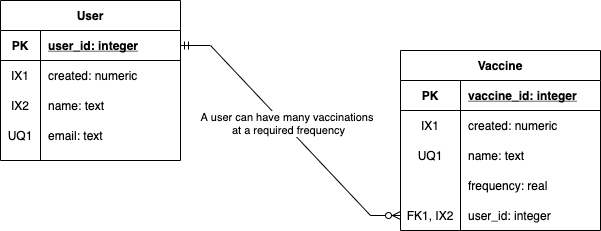
This is docs/images/erd.png from ddc-java-14/vaccination-pocket-keeper, a draw.io export, as it was before one commit. Source tidied: cells renumbered, new cells last; positions are measured from the earlier drawing's top-left corner, leaving out a move shared by most shapes. Its diagram source:
```xml
<mxGraphModel>
  <root>
    <mxCell id="0" />
    <mxCell id="1" parent="0" />
    <mxCell id="2" value="User" style="shape=table;startSize=30;rowLines=0;fontStyle=1;align=center;" parent="1" vertex="1">
      <mxGeometry width="180" height="160" as="geometry" />
    </mxCell>
    <mxCell id="3" style="shape=partialRectangle;fillColor=none;top=0;left=0;bottom=1;right=0;points=[[0,0.5],[1,0.5]];portConstraint=eastwest;" parent="2" vertex="1">
      <mxGeometry y="30" width="180" height="30" as="geometry" />
    </mxCell>
    <mxCell id="4" value="PK" style="shape=partialRectangle;fillColor=none;top=0;left=0;bottom=0;right=0;fontStyle=1;overflow=hidden;" parent="3" vertex="1">
      <mxGeometry width="40" height="30" as="geometry" />
    </mxCell>
    <mxCell id="5" value="user_id: integer" style="shape=partialRectangle;fillColor=none;top=0;left=0;bottom=0;right=0;align=left;spacingLeft=6;fontStyle=5;overflow=hidden;" parent="3" vertex="1">
      <mxGeometry x="40" width="140" height="30" as="geometry" />
    </mxCell>
    <mxCell id="6" style="shape=partialRectangle;fillColor=none;top=0;left=0;bottom=0;right=0;" parent="2" vertex="1">
      <mxGeometry y="60" width="180" height="30" as="geometry" />
    </mxCell>
    <mxCell id="7" value="IX1" style="shape=partialRectangle;fillColor=none;top=0;left=0;bottom=0;right=0;overflow=hidden;" parent="6" vertex="1">
      <mxGeometry width="40" height="30" as="geometry" />
    </mxCell>
    <mxCell id="8" value="created: numeric" style="shape=partialRectangle;fillColor=none;top=0;left=0;bottom=0;right=0;align=left;spacingLeft=6;overflow=hidden;" parent="6" vertex="1">
      <mxGeometry x="40" width="140" height="30" as="geometry" />
    </mxCell>
    <mxCell id="9" style="shape=partialRectangle;fillColor=none;top=0;left=0;bottom=0;right=0;" parent="2" vertex="1">
      <mxGeometry y="90" width="180" height="30" as="geometry" />
    </mxCell>
    <mxCell id="10" value="IX2" style="shape=partialRectangle;fillColor=none;top=0;left=0;bottom=0;right=0;overflow=hidden;" parent="9" vertex="1">
      <mxGeometry width="40" height="30" as="geometry" />
    </mxCell>
    <mxCell id="11" value="name: text" style="shape=partialRectangle;fillColor=none;top=0;left=0;bottom=0;right=0;align=left;spacingLeft=6;overflow=hidden;" parent="9" vertex="1">
      <mxGeometry x="40" width="140" height="30" as="geometry" />
    </mxCell>
    <mxCell id="12" style="shape=partialRectangle;fillColor=none;top=0;left=0;bottom=0;right=0;" parent="2" vertex="1">
      <mxGeometry y="120" width="180" height="30" as="geometry" />
    </mxCell>
    <mxCell id="13" value="UQ1" style="shape=partialRectangle;fillColor=none;top=0;left=0;bottom=0;right=0;overflow=hidden;" parent="12" vertex="1">
      <mxGeometry width="40" height="30" as="geometry" />
    </mxCell>
    <mxCell id="14" value="email: text" style="shape=partialRectangle;fillColor=none;top=0;left=0;bottom=0;right=0;align=left;spacingLeft=6;overflow=hidden;" parent="12" vertex="1">
      <mxGeometry x="40" width="140" height="30" as="geometry" />
    </mxCell>
    <mxCell id="15" value="Vaccine" style="shape=table;startSize=30;rowLines=0;fontStyle=1;align=center;" parent="1" vertex="1">
      <mxGeometry x="400" y="50" width="200" height="180" as="geometry" />
    </mxCell>
    <mxCell id="16" style="shape=partialRectangle;fillColor=none;top=0;left=0;bottom=1;right=0;" parent="15" vertex="1">
      <mxGeometry y="30" width="200" height="30" as="geometry" />
    </mxCell>
    <mxCell id="17" value="PK" style="shape=partialRectangle;fillColor=none;top=0;left=0;bottom=0;right=0;fontStyle=1;overflow=hidden;" parent="16" vertex="1">
      <mxGeometry width="60" height="30" as="geometry" />
    </mxCell>
    <mxCell id="18" value="vaccine_id: integer" style="shape=partialRectangle;fillColor=none;top=0;left=0;bottom=0;right=0;align=left;spacingLeft=6;fontStyle=5;overflow=hidden;" parent="16" vertex="1">
      <mxGeometry x="60" width="140" height="30" as="geometry" />
    </mxCell>
    <mxCell id="19" style="shape=partialRectangle;fillColor=none;top=0;left=0;bottom=0;right=0;" parent="15" vertex="1">
      <mxGeometry y="60" width="200" height="30" as="geometry" />
    </mxCell>
    <mxCell id="20" value="IX1" style="shape=partialRectangle;fillColor=none;top=0;left=0;bottom=0;right=0;overflow=hidden;" parent="19" vertex="1">
      <mxGeometry width="60" height="30" as="geometry" />
    </mxCell>
    <mxCell id="21" value="created: numeric" style="shape=partialRectangle;fillColor=none;top=0;left=0;bottom=0;right=0;align=left;spacingLeft=6;overflow=hidden;" parent="19" vertex="1">
      <mxGeometry x="60" width="140" height="30" as="geometry" />
    </mxCell>
    <mxCell id="22" style="shape=partialRectangle;fillColor=none;top=0;left=0;bottom=0;right=0;" parent="15" vertex="1">
      <mxGeometry y="90" width="200" height="30" as="geometry" />
    </mxCell>
    <mxCell id="23" value="UQ1" style="shape=partialRectangle;fillColor=none;top=0;left=0;bottom=0;right=0;overflow=hidden;" parent="22" vertex="1">
      <mxGeometry width="60" height="30" as="geometry" />
    </mxCell>
    <mxCell id="24" value="name: text" style="shape=partialRectangle;fillColor=none;top=0;left=0;bottom=0;right=0;align=left;spacingLeft=6;overflow=hidden;" parent="22" vertex="1">
      <mxGeometry x="60" width="140" height="30" as="geometry" />
    </mxCell>
    <mxCell id="25" style="shape=partialRectangle;fillColor=none;top=0;left=0;bottom=0;right=0;" parent="15" vertex="1">
      <mxGeometry y="120" width="200" height="30" as="geometry" />
    </mxCell>
    <mxCell id="26" style="shape=partialRectangle;fillColor=none;top=0;left=0;bottom=0;right=0;overflow=hidden;" parent="25" vertex="1">
      <mxGeometry width="60" height="30" as="geometry" />
    </mxCell>
    <mxCell id="27" value="frequency: real" style="shape=partialRectangle;fillColor=none;top=0;left=0;bottom=0;right=0;align=left;spacingLeft=6;overflow=hidden;" parent="25" vertex="1">
      <mxGeometry x="60" width="140" height="30" as="geometry" />
    </mxCell>
    <mxCell id="28" style="shape=partialRectangle;fillColor=none;top=0;left=0;bottom=0;right=0;points=[[0,0.5],[1,0.5]];portConstraint=eastwest;" parent="15" vertex="1">
      <mxGeometry y="150" width="200" height="30" as="geometry" />
    </mxCell>
    <mxCell id="29" value="FK1, IX2" style="shape=partialRectangle;fillColor=none;top=0;left=0;bottom=0;right=0;overflow=hidden;" parent="28" vertex="1">
      <mxGeometry width="60" height="30" as="geometry" />
    </mxCell>
    <mxCell id="30" value="user_id: integer" style="shape=partialRectangle;fillColor=none;top=0;left=0;bottom=0;right=0;align=left;spacingLeft=6;overflow=hidden;" parent="28" vertex="1">
      <mxGeometry x="60" width="140" height="30" as="geometry" />
    </mxCell>
    <mxCell id="31" style="edgeStyle=entityRelationEdgeStyle;fontSize=12;html=1;endArrow=ERmandOne;startArrow=ERzeroToMany;rounded=0;entryX=1;entryY=0.5;entryDx=0;entryDy=0;endFill=0;" parent="1" edge="1" source="28" target="3">
      <mxGeometry relative="1" as="geometry" />
    </mxCell>
    <mxCell id="32" value="A user can have many vaccinations &lt;br&gt;at a required frequency" style="edgeLabel;html=1;align=center;verticalAlign=middle;" parent="31" vertex="1">
      <mxGeometry x="0.05" y="-3" relative="1" as="geometry" />
    </mxCell>
  </root>
</mxGraphModel>
```
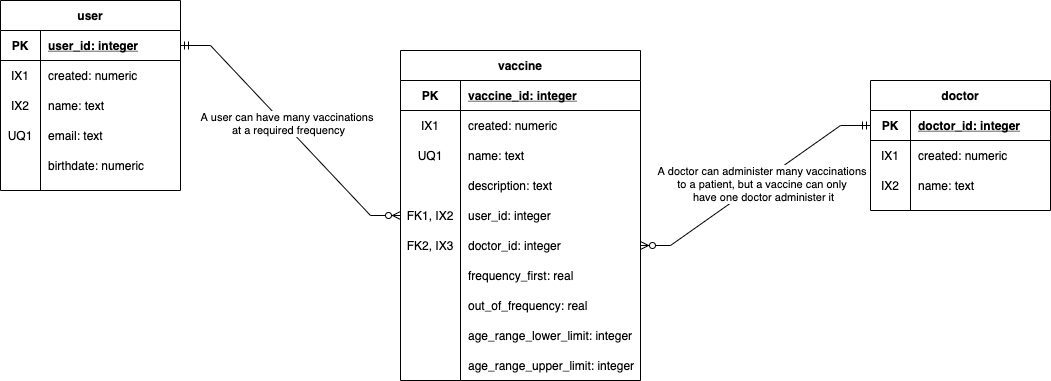
The same diagram one commit later.

Commit message:
Expanded on intial ERD.

Change to the diagram source:
```diff
@@ -2,8 +2,8 @@
   <root>
     <mxCell id="0" />
     <mxCell id="1" parent="0" />
-    <mxCell id="2" value="User" style="shape=table;startSize=30;rowLines=0;fontStyle=1;align=center;" parent="1" vertex="1">
-      <mxGeometry width="180" height="160" as="geometry" />
+    <mxCell id="2" value="user" style="shape=table;startSize=30;rowLines=0;fontStyle=1;align=center;" parent="1" vertex="1">
+      <mxGeometry width="180" height="190" as="geometry" />
     </mxCell>
     <mxCell id="3" style="shape=partialRectangle;fillColor=none;top=0;left=0;bottom=1;right=0;points=[[0,0.5],[1,0.5]];portConstraint=eastwest;" parent="2" vertex="1">
       <mxGeometry y="30" width="180" height="30" as="geometry" />
@@ -41,59 +41,149 @@
     <mxCell id="14" value="email: text" style="shape=partialRectangle;fillColor=none;top=0;left=0;bottom=0;right=0;align=left;spacingLeft=6;overflow=hidden;" parent="12" vertex="1">
       <mxGeometry x="40" width="140" height="30" as="geometry" />
     </mxCell>
-    <mxCell id="15" value="Vaccine" style="shape=table;startSize=30;rowLines=0;fontStyle=1;align=center;" parent="1" vertex="1">
-      <mxGeometry x="400" y="50" width="200" height="180" as="geometry" />
+    <mxCell id="15" style="shape=partialRectangle;fillColor=none;top=0;left=0;bottom=0;right=0;" parent="2" vertex="1">
+      <mxGeometry y="150" width="180" height="30" as="geometry" />
     </mxCell>
-    <mxCell id="16" style="shape=partialRectangle;fillColor=none;top=0;left=0;bottom=1;right=0;" parent="15" vertex="1">
-      <mxGeometry y="30" width="200" height="30" as="geometry" />
+    <mxCell id="16" style="shape=partialRectangle;fillColor=none;top=0;left=0;bottom=0;right=0;overflow=hidden;" parent="15" vertex="1">
+      <mxGeometry width="40" height="30" as="geometry" />
     </mxCell>
-    <mxCell id="17" value="PK" style="shape=partialRectangle;fillColor=none;top=0;left=0;bottom=0;right=0;fontStyle=1;overflow=hidden;" parent="16" vertex="1">
-      <mxGeometry width="60" height="30" as="geometry" />
+    <mxCell id="17" value="birthdate: numeric" style="shape=partialRectangle;fillColor=none;top=0;left=0;bottom=0;right=0;align=left;spacingLeft=6;overflow=hidden;" parent="15" vertex="1">
+      <mxGeometry x="40" width="140" height="30" as="geometry" />
     </mxCell>
-    <mxCell id="18" value="vaccine_id: integer" style="shape=partialRectangle;fillColor=none;top=0;left=0;bottom=0;right=0;align=left;spacingLeft=6;fontStyle=5;overflow=hidden;" parent="16" vertex="1">
-      <mxGeometry x="60" width="140" height="30" as="geometry" />
+    <mxCell id="18" value="vaccine" style="shape=table;startSize=30;rowLines=0;fontStyle=1;align=center;" parent="1" vertex="1">
+      <mxGeometry x="400" y="50" width="240" height="330" as="geometry" />
     </mxCell>
-    <mxCell id="19" style="shape=partialRectangle;fillColor=none;top=0;left=0;bottom=0;right=0;" parent="15" vertex="1">
-      <mxGeometry y="60" width="200" height="30" as="geometry" />
+    <mxCell id="19" style="shape=partialRectangle;fillColor=none;top=0;left=0;bottom=1;right=0;" parent="18" vertex="1">
+      <mxGeometry y="30" width="240" height="30" as="geometry" />
     </mxCell>
-    <mxCell id="20" value="IX1" style="shape=partialRectangle;fillColor=none;top=0;left=0;bottom=0;right=0;overflow=hidden;" parent="19" vertex="1">
+    <mxCell id="20" value="PK" style="shape=partialRectangle;fillColor=none;top=0;left=0;bottom=0;right=0;fontStyle=1;overflow=hidden;" parent="19" vertex="1">
       <mxGeometry width="60" height="30" as="geometry" />
     </mxCell>
-    <mxCell id="21" value="created: numeric" style="shape=partialRectangle;fillColor=none;top=0;left=0;bottom=0;right=0;align=left;spacingLeft=6;overflow=hidden;" parent="19" vertex="1">
-      <mxGeometry x="60" width="140" height="30" as="geometry" />
+    <mxCell id="21" value="vaccine_id: integer" style="shape=partialRectangle;fillColor=none;top=0;left=0;bottom=0;right=0;align=left;spacingLeft=6;fontStyle=5;overflow=hidden;" parent="19" vertex="1">
+      <mxGeometry x="60" width="180" height="30" as="geometry" />
     </mxCell>
-    <mxCell id="22" style="shape=partialRectangle;fillColor=none;top=0;left=0;bottom=0;right=0;" parent="15" vertex="1">
-      <mxGeometry y="90" width="200" height="30" as="geometry" />
+    <mxCell id="22" style="shape=partialRectangle;fillColor=none;top=0;left=0;bottom=0;right=0;" parent="18" vertex="1">
+      <mxGeometry y="60" width="240" height="30" as="geometry" />
     </mxCell>
-    <mxCell id="23" value="UQ1" style="shape=partialRectangle;fillColor=none;top=0;left=0;bottom=0;right=0;overflow=hidden;" parent="22" vertex="1">
+    <mxCell id="23" value="IX1" style="shape=partialRectangle;fillColor=none;top=0;left=0;bottom=0;right=0;overflow=hidden;" parent="22" vertex="1">
       <mxGeometry width="60" height="30" as="geometry" />
     </mxCell>
-    <mxCell id="24" value="name: text" style="shape=partialRectangle;fillColor=none;top=0;left=0;bottom=0;right=0;align=left;spacingLeft=6;overflow=hidden;" parent="22" vertex="1">
-      <mxGeometry x="60" width="140" height="30" as="geometry" />
+    <mxCell id="24" value="created: numeric" style="shape=partialRectangle;fillColor=none;top=0;left=0;bottom=0;right=0;align=left;spacingLeft=6;overflow=hidden;" parent="22" vertex="1">
+      <mxGeometry x="60" width="180" height="30" as="geometry" />
     </mxCell>
-    <mxCell id="25" style="shape=partialRectangle;fillColor=none;top=0;left=0;bottom=0;right=0;" parent="15" vertex="1">
-      <mxGeometry y="120" width="200" height="30" as="geometry" />
+    <mxCell id="25" style="shape=partialRectangle;fillColor=none;top=0;left=0;bottom=0;right=0;" parent="18" vertex="1">
+      <mxGeometry y="90" width="240" height="30" as="geometry" />
     </mxCell>
-    <mxCell id="26" style="shape=partialRectangle;fillColor=none;top=0;left=0;bottom=0;right=0;overflow=hidden;" parent="25" vertex="1">
+    <mxCell id="26" value="UQ1" style="shape=partialRectangle;fillColor=none;top=0;left=0;bottom=0;right=0;overflow=hidden;" parent="25" vertex="1">
       <mxGeometry width="60" height="30" as="geometry" />
     </mxCell>
-    <mxCell id="27" value="frequency: real" style="shape=partialRectangle;fillColor=none;top=0;left=0;bottom=0;right=0;align=left;spacingLeft=6;overflow=hidden;" parent="25" vertex="1">
-      <mxGeometry x="60" width="140" height="30" as="geometry" />
+    <mxCell id="27" value="name: text" style="shape=partialRectangle;fillColor=none;top=0;left=0;bottom=0;right=0;align=left;spacingLeft=6;overflow=hidden;" parent="25" vertex="1">
+      <mxGeometry x="60" width="180" height="30" as="geometry" />
     </mxCell>
-    <mxCell id="28" style="shape=partialRectangle;fillColor=none;top=0;left=0;bottom=0;right=0;points=[[0,0.5],[1,0.5]];portConstraint=eastwest;" parent="15" vertex="1">
-      <mxGeometry y="150" width="200" height="30" as="geometry" />
+    <mxCell id="28" style="shape=partialRectangle;fillColor=none;top=0;left=0;bottom=0;right=0;points=[[0,0.5],[1,0.5]];portConstraint=eastwest;" parent="18" vertex="1">
+      <mxGeometry y="120" width="240" height="30" as="geometry" />
     </mxCell>
-    <mxCell id="29" value="FK1, IX2" style="shape=partialRectangle;fillColor=none;top=0;left=0;bottom=0;right=0;overflow=hidden;" parent="28" vertex="1">
+    <mxCell id="29" style="shape=partialRectangle;fillColor=none;top=0;left=0;bottom=0;right=0;overflow=hidden;" parent="28" vertex="1">
       <mxGeometry width="60" height="30" as="geometry" />
     </mxCell>
-    <mxCell id="30" value="user_id: integer" style="shape=partialRectangle;fillColor=none;top=0;left=0;bottom=0;right=0;align=left;spacingLeft=6;overflow=hidden;" parent="28" vertex="1">
-      <mxGeometry x="60" width="140" height="30" as="geometry" />
+    <mxCell id="30" value="description: text" style="shape=partialRectangle;fillColor=none;top=0;left=0;bottom=0;right=0;align=left;spacingLeft=6;overflow=hidden;" parent="28" vertex="1">
+      <mxGeometry x="60" width="180" height="30" as="geometry" />
     </mxCell>
-    <mxCell id="31" style="edgeStyle=entityRelationEdgeStyle;fontSize=12;html=1;endArrow=ERmandOne;startArrow=ERzeroToMany;rounded=0;entryX=1;entryY=0.5;entryDx=0;entryDy=0;endFill=0;" parent="1" edge="1" source="28" target="3">
-      <mxGeometry relative="1" as="geometry" />
+    <mxCell id="31" style="shape=partialRectangle;fillColor=none;top=0;left=0;bottom=0;right=0;points=[[0,0.5],[1,0.5]];portConstraint=eastwest;" parent="18" vertex="1">
+      <mxGeometry y="150" width="240" height="30" as="geometry" />
     </mxCell>
-    <mxCell id="32" value="A user can have many vaccinations &lt;br&gt;at a required frequency" style="edgeLabel;html=1;align=center;verticalAlign=middle;" parent="31" vertex="1">
-      <mxGeometry x="0.05" y="-3" relative="1" as="geometry" />
+    <mxCell id="32" value="FK1, IX2" style="shape=partialRectangle;fillColor=none;top=0;left=0;bottom=0;right=0;overflow=hidden;" parent="31" vertex="1">
+      <mxGeometry width="60" height="30" as="geometry" />
     </mxCell>
+    <mxCell id="33" value="user_id: integer" style="shape=partialRectangle;fillColor=none;top=0;left=0;bottom=0;right=0;align=left;spacingLeft=6;overflow=hidden;" parent="31" vertex="1">
+      <mxGeometry x="60" width="180" height="30" as="geometry" />
+    </mxCell>
+    <mxCell id="34" style="shape=partialRectangle;fillColor=none;top=0;left=0;bottom=0;right=0;points=[[0,0.5],[1,0.5]];portConstraint=eastwest;" parent="18" vertex="1">
+      <mxGeometry y="180" width="240" height="30" as="geometry" />
+    </mxCell>
+    <mxCell id="35" value="FK2, IX3" style="shape=partialRectangle;fillColor=none;top=0;left=0;bottom=0;right=0;overflow=hidden;" parent="34" vertex="1">
+      <mxGeometry width="60" height="30" as="geometry" />
+    </mxCell>
+    <mxCell id="36" value="doctor_id: integer" style="shape=partialRectangle;fillColor=none;top=0;left=0;bottom=0;right=0;align=left;spacingLeft=6;overflow=hidden;" parent="34" vertex="1">
+      <mxGeometry x="60" width="180" height="30" as="geometry" />
+    </mxCell>
+    <mxCell id="37" style="shape=partialRectangle;fillColor=none;top=0;left=0;bottom=0;right=0;" parent="18" vertex="1">
+      <mxGeometry y="210" width="240" height="30" as="geometry" />
+    </mxCell>
+    <mxCell id="38" style="shape=partialRectangle;fillColor=none;top=0;left=0;bottom=0;right=0;overflow=hidden;" parent="37" vertex="1">
+      <mxGeometry width="60" height="30" as="geometry" />
+    </mxCell>
+    <mxCell id="39" value="frequency_first: real" style="shape=partialRectangle;fillColor=none;top=0;left=0;bottom=0;right=0;align=left;spacingLeft=6;overflow=hidden;" parent="37" vertex="1">
+      <mxGeometry x="60" width="180" height="30" as="geometry" />
+    </mxCell>
+    <mxCell id="40" style="shape=partialRectangle;fillColor=none;top=0;left=0;bottom=0;right=0;" parent="18" vertex="1">
+      <mxGeometry y="240" width="240" height="30" as="geometry" />
+    </mxCell>
+    <mxCell id="41" style="shape=partialRectangle;fillColor=none;top=0;left=0;bottom=0;right=0;overflow=hidden;" parent="40" vertex="1">
+      <mxGeometry width="60" height="30" as="geometry" />
+    </mxCell>
+    <mxCell id="42" value="out_of_frequency: real" style="shape=partialRectangle;fillColor=none;top=0;left=0;bottom=0;right=0;align=left;spacingLeft=6;overflow=hidden;" parent="40" vertex="1">
+      <mxGeometry x="60" width="180" height="30" as="geometry" />
+    </mxCell>
+    <mxCell id="43" style="shape=partialRectangle;fillColor=none;top=0;left=0;bottom=0;right=0;" parent="18" vertex="1">
+      <mxGeometry y="270" width="240" height="30" as="geometry" />
+    </mxCell>
+    <mxCell id="44" style="shape=partialRectangle;fillColor=none;top=0;left=0;bottom=0;right=0;overflow=hidden;" parent="43" vertex="1">
+      <mxGeometry width="60" height="30" as="geometry" />
+    </mxCell>
+    <mxCell id="45" value="age_range_lower_limit: integer" style="shape=partialRectangle;fillColor=none;top=0;left=0;bottom=0;right=0;align=left;spacingLeft=6;overflow=hidden;" parent="43" vertex="1">
+      <mxGeometry x="60" width="180" height="30" as="geometry" />
+    </mxCell>
+    <mxCell id="46" style="shape=partialRectangle;fillColor=none;top=0;left=0;bottom=0;right=0;" parent="18" vertex="1">
+      <mxGeometry y="300" width="240" height="30" as="geometry" />
+    </mxCell>
+    <mxCell id="47" style="shape=partialRectangle;fillColor=none;top=0;left=0;bottom=0;right=0;overflow=hidden;" parent="46" vertex="1">
+      <mxGeometry width="60" height="30" as="geometry" />
+    </mxCell>
+    <mxCell id="48" value="age_range_upper_limit: integer" style="shape=partialRectangle;fillColor=none;top=0;left=0;bottom=0;right=0;align=left;spacingLeft=6;overflow=hidden;" parent="46" vertex="1">
+      <mxGeometry x="60" width="180" height="30" as="geometry" />
+    </mxCell>
+    <mxCell id="49" style="edgeStyle=entityRelationEdgeStyle;fontSize=12;html=1;endArrow=ERmandOne;startArrow=ERzeroToMany;rounded=0;entryX=1;entryY=0.5;entryDx=0;entryDy=0;endFill=0;" parent="1" edge="1" source="31" target="3">
+      <mxGeometry relative="1" as="geometry" />
+    </mxCell>
+    <mxCell id="50" value="A user can have many vaccinations &lt;br&gt;at a required frequency" style="edgeLabel;html=1;align=center;verticalAlign=middle;" parent="49" vertex="1">
+      <mxGeometry x="0.05" y="-3" relative="1" as="geometry" />
+    </mxCell>
+    <mxCell id="51" value="doctor" style="shape=table;startSize=30;rowLines=0;fontStyle=1;align=center;" parent="1" vertex="1">
+      <mxGeometry x="870" y="80" width="180" height="130" as="geometry" />
+    </mxCell>
+    <mxCell id="52" style="shape=partialRectangle;fillColor=none;top=0;left=0;bottom=1;right=0;points=[[0,0.5],[1,0.5]];portConstraint=eastwest;" parent="51" vertex="1">
+      <mxGeometry y="30" width="180" height="30" as="geometry" />
+    </mxCell>
+    <mxCell id="53" value="PK" style="shape=partialRectangle;fillColor=none;top=0;left=0;bottom=0;right=0;fontStyle=1;overflow=hidden;" parent="52" vertex="1">
+      <mxGeometry width="40" height="30" as="geometry" />
+    </mxCell>
+    <mxCell id="54" value="doctor_id: integer" style="shape=partialRectangle;fillColor=none;top=0;left=0;bottom=0;right=0;align=left;spacingLeft=6;fontStyle=5;overflow=hidden;" parent="52" vertex="1">
+      <mxGeometry x="40" width="140" height="30" as="geometry" />
+    </mxCell>
+    <mxCell id="55" style="shape=partialRectangle;fillColor=none;top=0;left=0;bottom=0;right=0;" parent="51" vertex="1">
+      <mxGeometry y="60" width="180" height="30" as="geometry" />
+    </mxCell>
+    <mxCell id="56" value="IX1" style="shape=partialRectangle;fillColor=none;top=0;left=0;bottom=0;right=0;overflow=hidden;" parent="55" vertex="1">
+      <mxGeometry width="40" height="30" as="geometry" />
+    </mxCell>
+    <mxCell id="57" value="created: numeric" style="shape=partialRectangle;fillColor=none;top=0;left=0;bottom=0;right=0;align=left;spacingLeft=6;overflow=hidden;" parent="55" vertex="1">
+      <mxGeometry x="40" width="140" height="30" as="geometry" />
+    </mxCell>
+    <mxCell id="58" style="shape=partialRectangle;fillColor=none;top=0;left=0;bottom=0;right=0;" parent="51" vertex="1">
+      <mxGeometry y="90" width="180" height="30" as="geometry" />
+    </mxCell>
+    <mxCell id="59" value="IX2" style="shape=partialRectangle;fillColor=none;top=0;left=0;bottom=0;right=0;overflow=hidden;" parent="58" vertex="1">
+      <mxGeometry width="40" height="30" as="geometry" />
+    </mxCell>
+    <mxCell id="60" value="name: text" style="shape=partialRectangle;fillColor=none;top=0;left=0;bottom=0;right=0;align=left;spacingLeft=6;overflow=hidden;" parent="58" vertex="1">
+      <mxGeometry x="40" width="140" height="30" as="geometry" />
+    </mxCell>
+    <mxCell id="61" style="edgeStyle=entityRelationEdgeStyle;fontSize=12;html=1;endArrow=ERmandOne;startArrow=ERzeroToMany;rounded=0;endFill=0;exitX=1;exitY=0.5;exitDx=0;exitDy=0;" parent="1" edge="1" source="34" target="52">
+      <mxGeometry relative="1" as="geometry" />
+    </mxCell>
+    <mxCell id="62" value="A doctor can administer many vaccinations &lt;br&gt;to a patient, but a vaccine can only &lt;br&gt;have one doctor administer it" style="edgeLabel;html=1;align=center;verticalAlign=middle;" parent="61" vertex="1">
+      <mxGeometry x="0.05" y="-3" relative="1" as="geometry" />
+    </mxCell>
   </root>
 </mxGraphModel>
```
